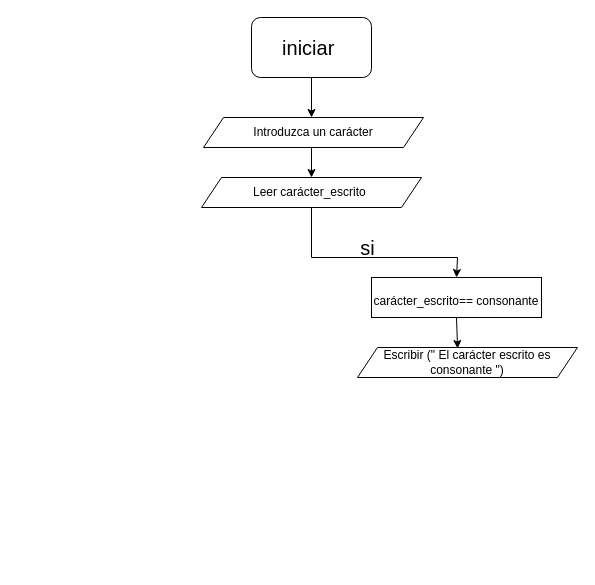
Above: Diagrama sin título.drawio in rreynarive/Templates (draw.io), before the change. Source tidied: cells renumbered, new cells numbered last; positions are measured from the earlier drawing's top-left corner, leaving out a move shared by most shapes. Both pictures are drawn from the tidied source at 100%, with x=0, y=0 at pixel (201, 17).
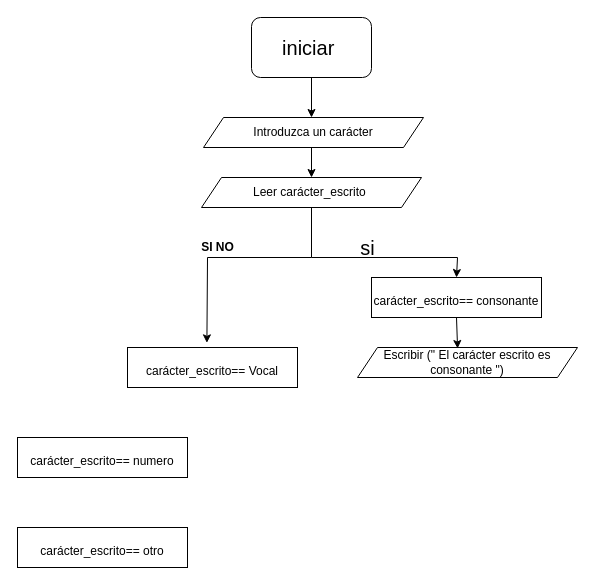
Above is the later version.

The edit, as a diff of the source:
```diff
@@
+    <mxCell id="13" style="endArrow=classic;html=1;rounded=0;entryX=0.467;entryY=-0.116;entryDx=0;entryDy=0;entryPerimeter=0;" parent="1" edge="1" target="14">
+      <mxGeometry relative="1" as="geometry">
+        <mxPoint x="110" y="240" as="sourcePoint" />
+        <Array as="points">
+          <mxPoint x="6" y="240" />
+        </Array>
+      </mxGeometry>
+    </mxCell>
+    <mxCell id="14" value="&lt;font style=&quot;font-size: 12px;&quot;&gt;carácter_escrito== Vocal&lt;/font&gt;" style="rounded=0;whiteSpace=wrap;html=1;fontSize=20;" parent="1" vertex="1">
+      <mxGeometry x="-74" y="330" width="170" height="40" as="geometry" />
+    </mxCell>
+    <mxCell id="15" value="&lt;b&gt;SI NO&lt;/b&gt;" style="text;html=1;align=center;verticalAlign=middle;strokeColor=none;fillColor=none;" parent="1" vertex="1">
+      <mxGeometry x="-14" y="215" width="60" height="30" as="geometry" />
+    </mxCell>
+    <mxCell id="16" value="&lt;font style=&quot;font-size: 12px;&quot;&gt;carácter_escrito== numero&lt;/font&gt;" style="rounded=0;whiteSpace=wrap;html=1;fontSize=20;" parent="1" vertex="1">
+      <mxGeometry x="-184" y="420" width="170" height="40" as="geometry" />
+    </mxCell>
+    <mxCell id="17" value="&lt;font style=&quot;font-size: 12px;&quot;&gt;carácter_escrito== otro&lt;/font&gt;" style="rounded=0;whiteSpace=wrap;html=1;fontSize=20;" parent="1" vertex="1">
+      <mxGeometry x="-184" y="510" width="170" height="40" as="geometry" />
+    </mxCell>
```
